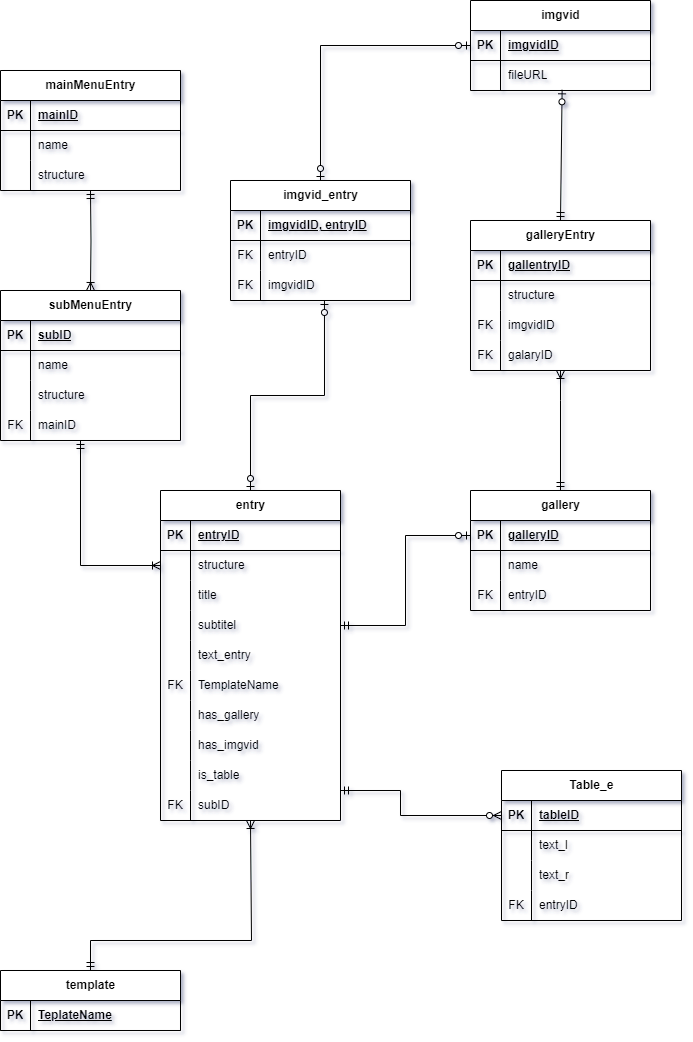
This is src/db/schema.png from Werzu25/MusikbezirkSilz, a draw.io export, as it was before one commit. Source tidied: cells renumbered, new cells last; positions are measured from the earlier drawing's top-left corner, leaving out a move shared by most shapes.
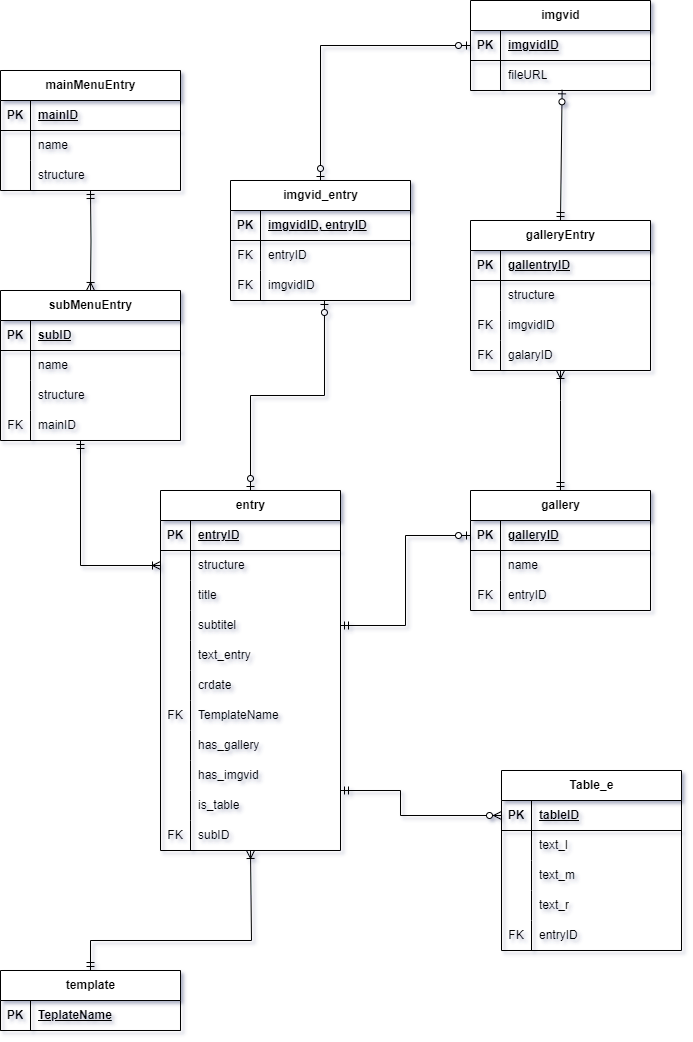
The same file after the commit.

Commit message:
updated schema diagram to look like leons mom and the way she looks at me to suit the updated schema

Diff of the diagram source:
```diff
@@ -3,7 +3,7 @@
     <mxCell id="0" />
     <mxCell id="1" parent="0" />
     <mxCell id="2" value="entry" style="shape=table;startSize=30;rowLines=0;fontStyle=1;align=center;html=1;verticalAlign=middle;horizontal=1;" parent="1" vertex="1">
-      <mxGeometry x="160" y="490" width="180" height="330" as="geometry" />
+      <mxGeometry x="160" y="490" width="180" height="360" as="geometry" />
     </mxCell>
     <mxCell id="3" style="shape=tableRow;horizontal=0;startSize=0;swimlaneHead=0;swimlaneBody=0;fillColor=none;top=0;left=0;right=0;bottom=1;" parent="2" vertex="1">
       <mxGeometry y="30" width="180" height="30" as="geometry" />
@@ -222,7 +222,7 @@
     </mxCell>
     <mxCell id="73" style="edgeStyle=orthogonalEdgeStyle;fontSize=12;html=1;endArrow=ERoneToMany;startArrow=ERmandOne;rounded=0;exitX=0.5;exitY=0;exitDx=0;exitDy=0;" parent="1" edge="1" source="69">
       <mxGeometry relative="1" as="geometry">
-        <mxPoint x="250" y="820" as="targetPoint" />
+        <mxPoint x="250" y="850" as="targetPoint" />
         <Array as="points">
           <mxPoint x="90" y="940" />
           <mxPoint x="251" y="940" />
@@ -242,22 +242,22 @@
       </mxGeometry>
     </mxCell>
     <mxCell id="76" style="shape=tableRow;horizontal=0;startSize=0;swimlaneHead=0;swimlaneBody=0;fillColor=none;top=0;left=0;right=0;bottom=0;" parent="1" vertex="1">
-      <mxGeometry x="160" y="740" width="180" height="30" as="geometry" />
+      <mxGeometry x="160" y="770" width="180" height="30" as="geometry" />
     </mxCell>
     <mxCell id="77" style="shape=tableRow;horizontal=0;startSize=0;swimlaneHead=0;swimlaneBody=0;fillColor=none;top=0;left=0;right=0;bottom=0;" parent="1" vertex="1">
       <mxGeometry x="160" y="660" width="180" height="30" as="geometry" />
     </mxCell>
     <mxCell id="78" value="TemplateName" style="shape=partialRectangle;fillColor=none;top=0;left=1;bottom=0;right=0;align=left;spacingLeft=6;overflow=hidden;whiteSpace=wrap;html=1;" parent="1" vertex="1">
-      <mxGeometry x="190" y="670" width="150" height="30" as="geometry" />
+      <mxGeometry x="190" y="700" width="150" height="30" as="geometry" />
     </mxCell>
     <mxCell id="79" value="FK" style="shape=partialRectangle;fillColor=none;top=0;left=0;bottom=0;right=0;overflow=hidden;whiteSpace=wrap;html=1;" parent="1" vertex="1">
-      <mxGeometry x="160" y="670" width="30" height="30" as="geometry" />
+      <mxGeometry x="160" y="700" width="30" height="30" as="geometry" />
     </mxCell>
     <mxCell id="80" value="subID" style="shape=partialRectangle;fillColor=none;top=0;left=1;bottom=0;right=0;align=left;spacingLeft=6;overflow=hidden;whiteSpace=wrap;html=1;" parent="1" vertex="1">
-      <mxGeometry x="190" y="790" width="160" height="30" as="geometry" />
+      <mxGeometry x="190" y="820" width="160" height="30" as="geometry" />
     </mxCell>
     <mxCell id="81" value="FK" style="shape=partialRectangle;fillColor=none;top=0;left=0;bottom=0;right=0;overflow=hidden;whiteSpace=wrap;html=1;" parent="1" vertex="1">
-      <mxGeometry x="160" y="790" width="30" height="30" as="geometry" />
+      <mxGeometry x="160" y="820" width="30" height="30" as="geometry" />
     </mxCell>
     <mxCell id="82" style="shape=tableRow;horizontal=0;startSize=0;swimlaneHead=0;swimlaneBody=0;fillColor=none;top=0;left=0;right=0;bottom=0;" parent="1" vertex="1">
       <mxGeometry x="160" y="650" width="180" height="30" as="geometry" />
@@ -266,25 +266,25 @@
       <mxGeometry x="30" y="-10" width="150" height="30" as="geometry" />
     </mxCell>
     <mxCell id="84" style="shape=tableRow;horizontal=0;startSize=0;swimlaneHead=0;swimlaneBody=0;fillColor=none;top=0;left=0;right=0;bottom=0;" parent="1" vertex="1">
-      <mxGeometry x="160" y="710" width="180" height="30" as="geometry" />
+      <mxGeometry x="160" y="740" width="180" height="30" as="geometry" />
     </mxCell>
     <mxCell id="85" value="has_gallery" style="shape=partialRectangle;fillColor=none;top=0;left=1;bottom=0;right=0;align=left;spacingLeft=6;overflow=hidden;whiteSpace=wrap;html=1;" parent="84" vertex="1">
       <mxGeometry x="30" y="-10" width="150" height="30" as="geometry" />
     </mxCell>
     <mxCell id="86" style="shape=tableRow;horizontal=0;startSize=0;swimlaneHead=0;swimlaneBody=0;fillColor=none;top=0;left=0;right=0;bottom=0;" parent="1" vertex="1">
-      <mxGeometry x="160" y="740" width="180" height="30" as="geometry" />
+      <mxGeometry x="160" y="770" width="180" height="30" as="geometry" />
     </mxCell>
     <mxCell id="87" style="shape=tableRow;horizontal=0;startSize=0;swimlaneHead=0;swimlaneBody=0;fillColor=none;top=0;left=0;right=0;bottom=0;" parent="1" vertex="1">
-      <mxGeometry x="160" y="770" width="180" height="30" as="geometry" />
+      <mxGeometry x="160" y="800" width="180" height="30" as="geometry" />
     </mxCell>
     <mxCell id="88" value="is_table" style="shape=partialRectangle;fillColor=none;top=0;left=1;bottom=0;right=0;align=left;spacingLeft=6;overflow=hidden;whiteSpace=wrap;html=1;" parent="1" vertex="1">
-      <mxGeometry x="190" y="760" width="150" height="30" as="geometry" />
+      <mxGeometry x="190" y="790" width="150" height="30" as="geometry" />
     </mxCell>
     <mxCell id="89" value="has_imgvid" style="shape=partialRectangle;fillColor=none;top=0;left=1;bottom=0;right=0;align=left;spacingLeft=6;overflow=hidden;whiteSpace=wrap;html=1;" parent="1" vertex="1">
-      <mxGeometry x="190" y="730" width="150" height="30" as="geometry" />
+      <mxGeometry x="190" y="760" width="150" height="30" as="geometry" />
     </mxCell>
     <mxCell id="90" value="Table_e" style="shape=table;startSize=30;rowLines=0;fontStyle=1;align=center;html=1;" parent="1" vertex="1">
-      <mxGeometry x="501" y="770" width="180" height="150" as="geometry" />
+      <mxGeometry x="501" y="770" width="180" height="180" as="geometry" />
     </mxCell>
     <mxCell id="91" style="shape=tableRow;horizontal=0;startSize=0;swimlaneHead=0;swimlaneBody=0;fillColor=none;points=[[0,0.5],[1,0.5]];portConstraint=eastwest;top=0;left=0;right=0;bottom=1;" parent="90" vertex="1">
       <mxGeometry y="30" width="180" height="30" as="geometry" />
@@ -310,16 +310,16 @@
     <mxCell id="98" style="shape=partialRectangle;fillColor=none;top=0;left=0;bottom=0;right=0;overflow=hidden;whiteSpace=wrap;html=1;" parent="97" vertex="1">
       <mxGeometry width="30" height="30" as="geometry" />
     </mxCell>
-    <mxCell id="99" value="text_r" style="shape=partialRectangle;fillColor=none;top=0;left=0;bottom=0;right=0;align=left;spacingLeft=6;overflow=hidden;whiteSpace=wrap;html=1;" parent="97" vertex="1">
+    <mxCell id="99" value="text_m" style="shape=partialRectangle;fillColor=none;top=0;left=0;bottom=0;right=0;align=left;spacingLeft=6;overflow=hidden;whiteSpace=wrap;html=1;" parent="97" vertex="1">
       <mxGeometry x="30" width="150" height="30" as="geometry" />
     </mxCell>
     <mxCell id="100" style="shape=tableRow;horizontal=0;startSize=0;swimlaneHead=0;swimlaneBody=0;fillColor=none;top=0;left=0;right=0;bottom=0;" parent="90" vertex="1">
       <mxGeometry y="120" width="180" height="30" as="geometry" />
     </mxCell>
-    <mxCell id="101" value="FK" style="shape=partialRectangle;fillColor=none;top=0;left=0;bottom=0;right=0;overflow=hidden;whiteSpace=wrap;html=1;" parent="100" vertex="1">
+    <mxCell id="101" style="shape=partialRectangle;fillColor=none;top=0;left=0;bottom=0;right=0;overflow=hidden;whiteSpace=wrap;html=1;" parent="100" vertex="1">
       <mxGeometry width="30" height="30" as="geometry" />
     </mxCell>
-    <mxCell id="102" value="entryID" style="shape=partialRectangle;fillColor=none;top=0;left=0;bottom=0;right=0;align=left;spacingLeft=6;overflow=hidden;whiteSpace=wrap;html=1;" parent="100" vertex="1">
+    <mxCell id="102" value="text_r" style="shape=partialRectangle;fillColor=none;top=0;left=0;bottom=0;right=0;align=left;spacingLeft=6;overflow=hidden;whiteSpace=wrap;html=1;" parent="100" vertex="1">
       <mxGeometry x="30" width="150" height="30" as="geometry" />
     </mxCell>
     <mxCell id="103" style="edgeStyle=orthogonalEdgeStyle;fontSize=12;html=1;endArrow=ERzeroToMany;startArrow=ERmandOne;rounded=0;entryX=0;entryY=0.5;entryDx=0;entryDy=0;" parent="1" edge="1" target="91">
@@ -376,5 +376,14 @@
     <mxCell id="118" style="edgeStyle=orthogonalEdgeStyle;fontSize=12;html=1;endArrow=ERzeroToOne;endFill=0;rounded=0;entryX=0;entryY=0.5;entryDx=0;entryDy=0;exitX=0.5;exitY=0;exitDx=0;exitDy=0;startArrow=ERzeroToOne;startFill=0;" parent="1" edge="1" source="107" target="39">
       <mxGeometry relative="1" as="geometry" />
     </mxCell>
+    <mxCell id="119" value="crdate" style="shape=partialRectangle;fillColor=none;top=0;left=1;bottom=0;right=0;align=left;spacingLeft=6;overflow=hidden;whiteSpace=wrap;html=1;" parent="1" vertex="1">
+      <mxGeometry x="190" y="670" width="150" height="30" as="geometry" />
+    </mxCell>
+    <mxCell id="120" value="entryID" style="shape=partialRectangle;fillColor=none;top=0;left=1;bottom=0;right=0;align=left;spacingLeft=6;overflow=hidden;whiteSpace=wrap;html=1;" parent="1" vertex="1">
+      <mxGeometry x="531" y="920" width="150" height="30" as="geometry" />
+    </mxCell>
+    <mxCell id="121" value="FK" style="shape=partialRectangle;fillColor=none;top=0;left=0;bottom=0;right=0;overflow=hidden;whiteSpace=wrap;html=1;" parent="1" vertex="1">
+      <mxGeometry x="501" y="920" width="30" height="30" as="geometry" />
+    </mxCell>
   </root>
 </mxGraphModel>
```
